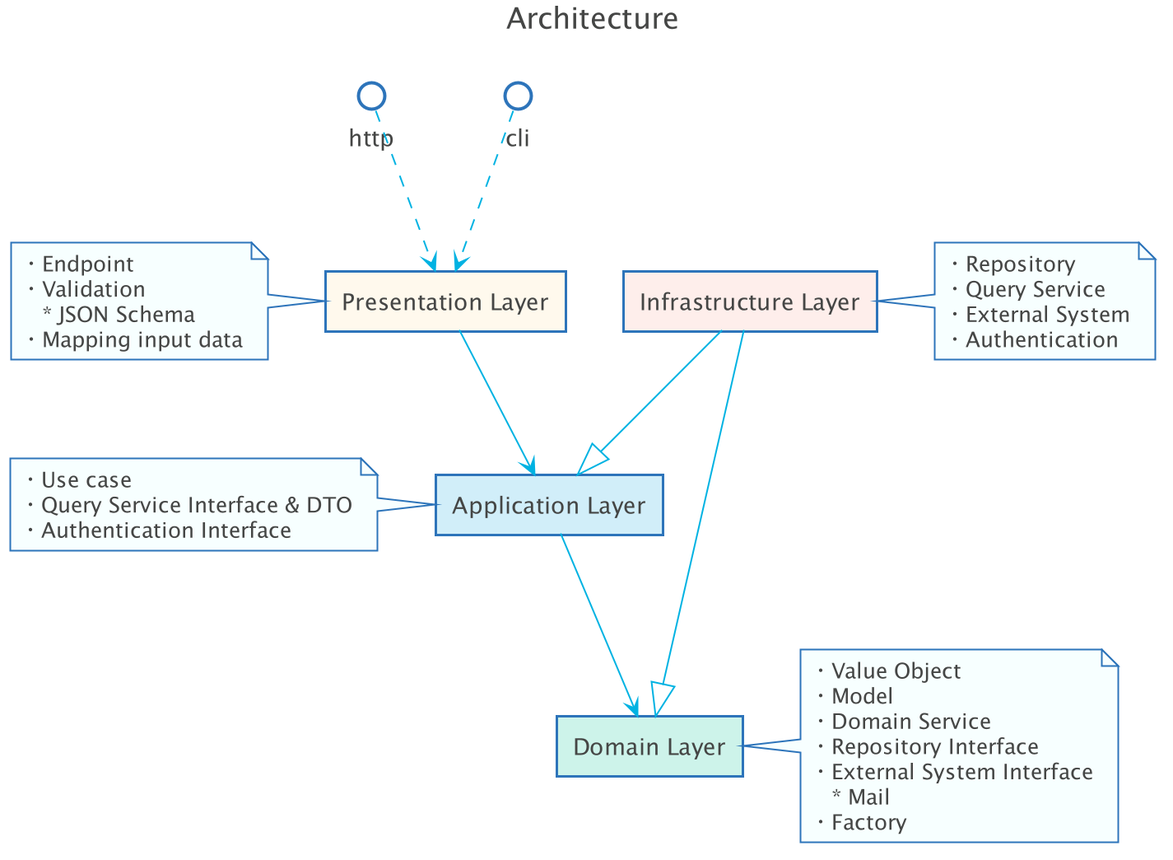
Above: docs/uml/architecture.png in apple-x-co/bear-app-old (PlantUML), before the change.
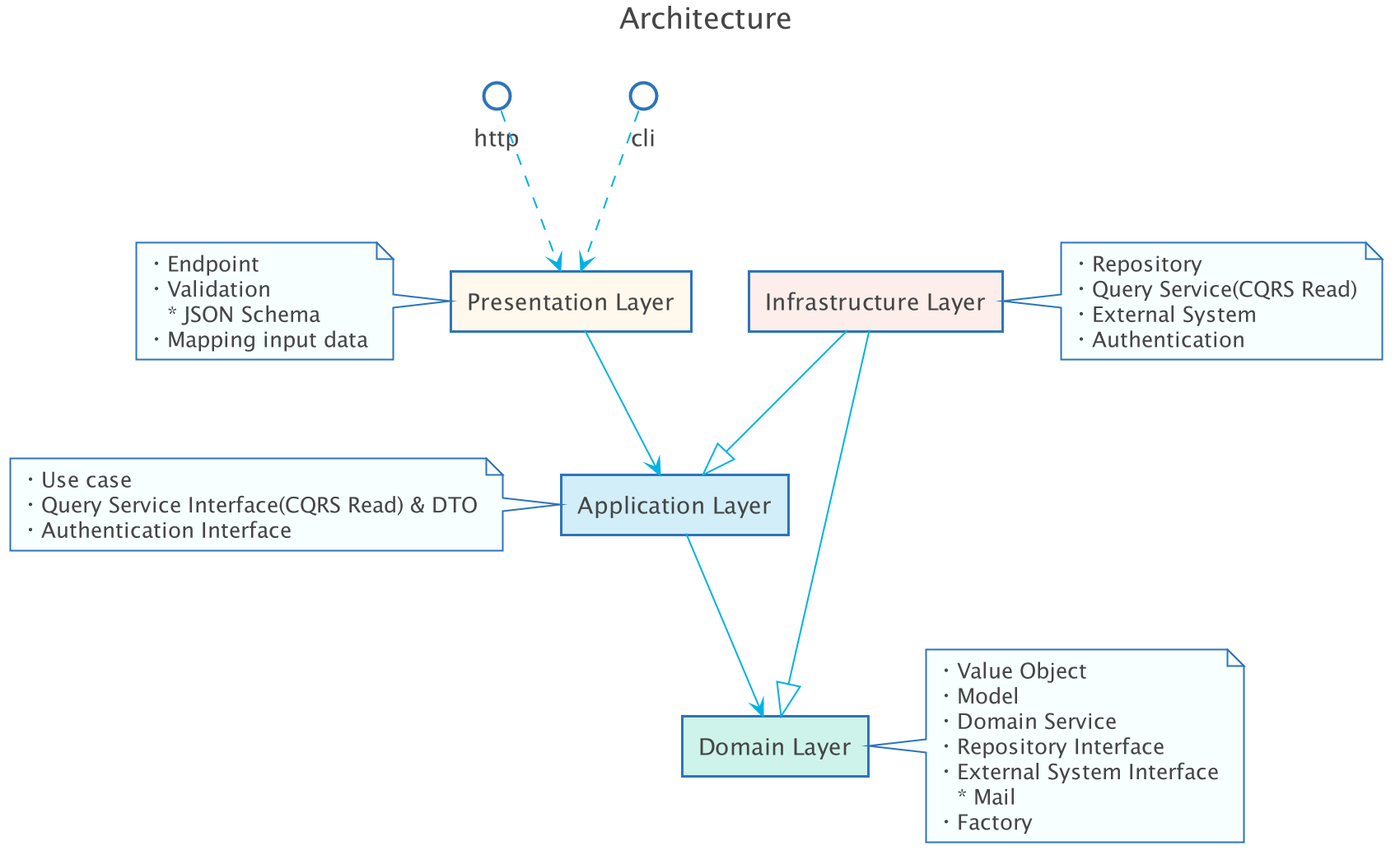
Above is the later version.

What changed in the source:
```diff
@@ -122,7 +122,7 @@
 
 note right of (infra)
 ・Repository
-・Query Service
+・Query Service(CQRS Read)
 ・External System
 ・Authentication
 end note
@@ -131,7 +131,7 @@
 
 note left of (app)
 ・Use case
-・Query Service Interface & DTO
+・Query Service Interface(CQRS Read) & DTO
 ・Authentication Interface
 end note
 
```
